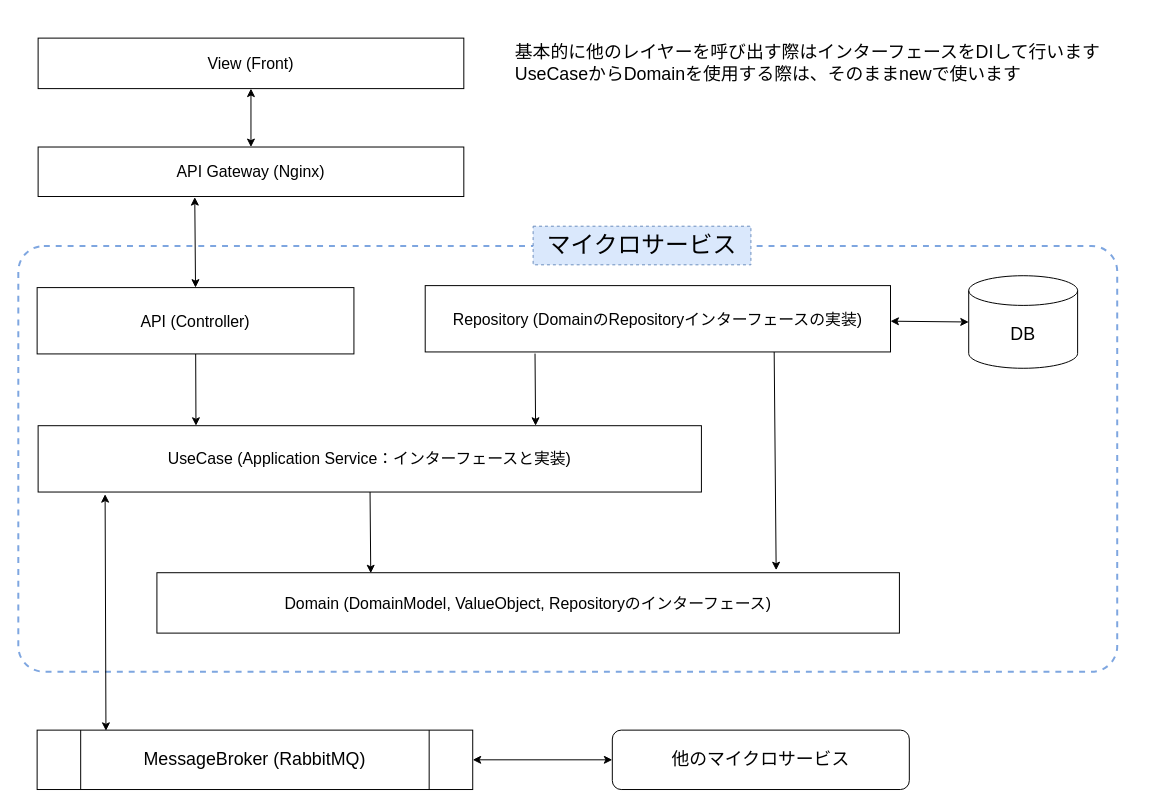
This is page "基本アーキテクチャ" (2 of 10) of documents/練習用設計.drawio from mkuwan/ec-app, a draw.io file, before an edit. Source tidied: cells renumbered, new cells numbered last; positions are measured from the earlier drawing's top-left corner, leaving out a move shared by most shapes. Both pictures are drawn from the tidied source at 99%, with x=0, y=0 at pixel (18, 38).
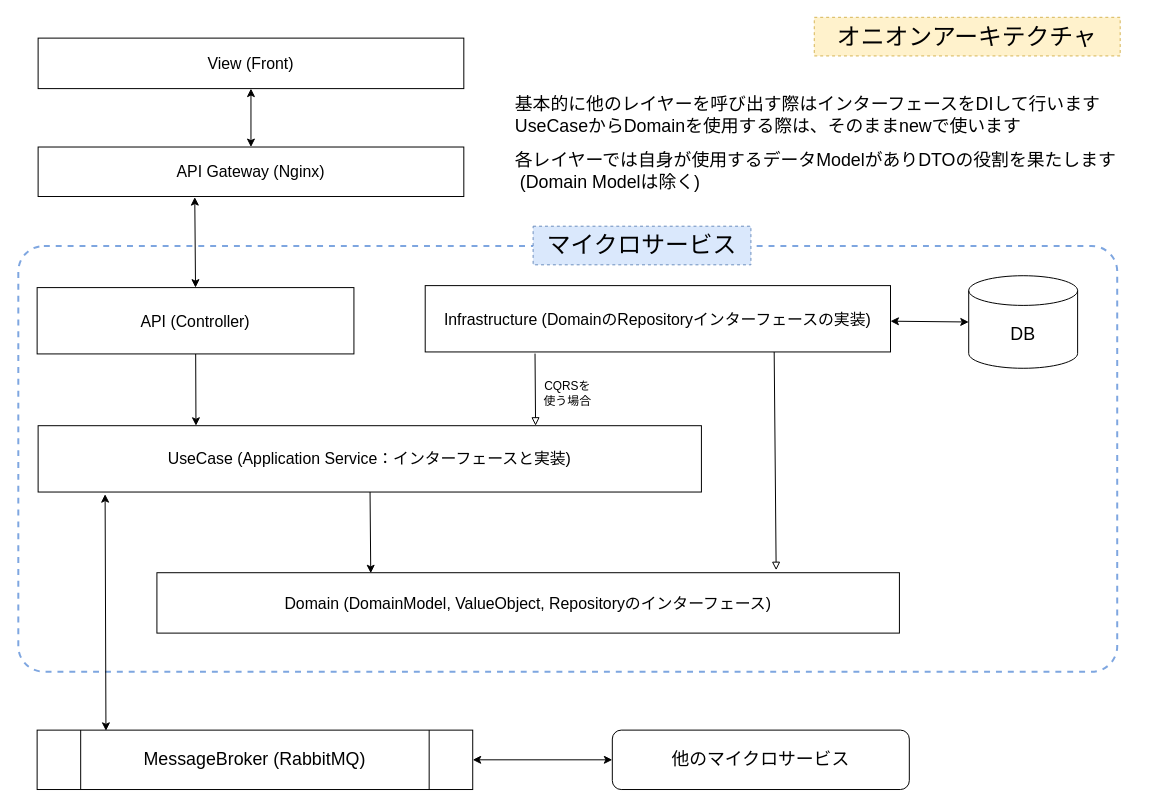
The same diagram, later.

Unchanged cells that the change refers to:
```xml
<mxCell id="9" value="UseCase (Application Service：インターフェースと実装)" style="rounded=0;whiteSpace=wrap;html=1;fontSize=16;" parent="1" vertex="1">
  <mxGeometry x="20" y="391.5" width="670" height="67" as="geometry" />
</mxCell>
<mxCell id="10" value="Domain (DomainModel, ValueObject, Repositoryのインターフェース)" style="rounded=0;whiteSpace=wrap;html=1;fontSize=16;" parent="1" vertex="1">
  <mxGeometry x="140" y="540" width="750" height="61" as="geometry" />
</mxCell>
```

The edit, as a diff of the source:
```diff
@@
-    <mxCell id="11" style="rounded=0;jettySize=auto;html=1;fontSize=18;exitX=0.236;exitY=1.025;exitDx=0;exitDy=0;entryX=0.75;entryY=0;entryDx=0;entryDy=0;exitPerimeter=0;" parent="1" edge="1" source="14" target="9">
+    <mxCell id="11" style="rounded=0;jettySize=auto;html=1;fontSize=18;exitX=0.236;exitY=1.025;exitDx=0;exitDy=0;entryX=0.75;entryY=0;entryDx=0;entryDy=0;exitPerimeter=0;endArrow=block;endFill=0;" parent="1" edge="1" source="14" target="9">
       <mxGeometry relative="1" as="geometry" />
     </mxCell>
-    <mxCell id="12" style="edgeStyle=none;rounded=0;jettySize=auto;html=1;fontSize=18;exitX=0.75;exitY=1;exitDx=0;exitDy=0;entryX=0.834;entryY=-0.042;entryDx=0;entryDy=0;entryPerimeter=0;" parent="1" edge="1" source="14" target="10">
+    <mxCell id="12" style="edgeStyle=none;rounded=0;jettySize=auto;html=1;fontSize=18;exitX=0.75;exitY=1;exitDx=0;exitDy=0;entryX=0.834;entryY=-0.042;entryDx=0;entryDy=0;entryPerimeter=0;endArrow=block;endFill=0;" parent="1" edge="1" source="14" target="10">
       <mxGeometry relative="1" as="geometry" />
     </mxCell>
@@
-    <mxCell id="14" value="Repository (DomainのRepositoryインターフェースの実装)" style="rounded=0;whiteSpace=wrap;html=1;fontSize=16;" parent="1" vertex="1">
+    <mxCell id="14" value="Infrastructure (DomainのRepositoryインターフェースの実装)" style="rounded=0;whiteSpace=wrap;html=1;fontSize=16;" parent="1" vertex="1">
       <mxGeometry x="411" y="250" width="470" height="67" as="geometry" />
     </mxCell>
@@
     <mxCell id="16" value="基本的に他のレイヤーを呼び出す際はインターフェースをDIして行います&lt;br&gt;UseCaseからDomainを使用する際は、そのままnewで使います" style="text;html=1;align=left;verticalAlign=middle;strokeColor=none;fillColor=none;fontSize=18;" parent="1" vertex="1">
-      <mxGeometry x="500" y="1" width="610" height="50" as="geometry" />
+      <mxGeometry x="500" y="53" width="610" height="50" as="geometry" />
     </mxCell>
@@
+    <mxCell id="23" value="CQRSを使う場合" style="text;html=1;strokeColor=none;fillColor=none;align=center;verticalAlign=middle;whiteSpace=wrap;rounded=0;" parent="1" vertex="1">
+      <mxGeometry x="525" y="344" width="60" height="30" as="geometry" />
+    </mxCell>
+    <mxCell id="24" value="各レイヤーでは自身が使用するデータModelがありDTOの役割を果たします&lt;br&gt;&amp;nbsp;(Domain Modelは除く)" style="text;html=1;align=left;verticalAlign=middle;strokeColor=none;fillColor=none;fontSize=18;" parent="1" vertex="1">
+      <mxGeometry x="500" y="107.5" width="626" height="55" as="geometry" />
+    </mxCell>
+    <mxCell id="25" value="オニオンアーキテクチャ" style="text;html=1;align=center;verticalAlign=middle;whiteSpace=wrap;rounded=0;dashed=1;fontSize=24;fillColor=#fff2cc;strokeColor=#d6b656;" parent="1" vertex="1">
+      <mxGeometry x="804" y="-21" width="309" height="39" as="geometry" />
+    </mxCell>
```
